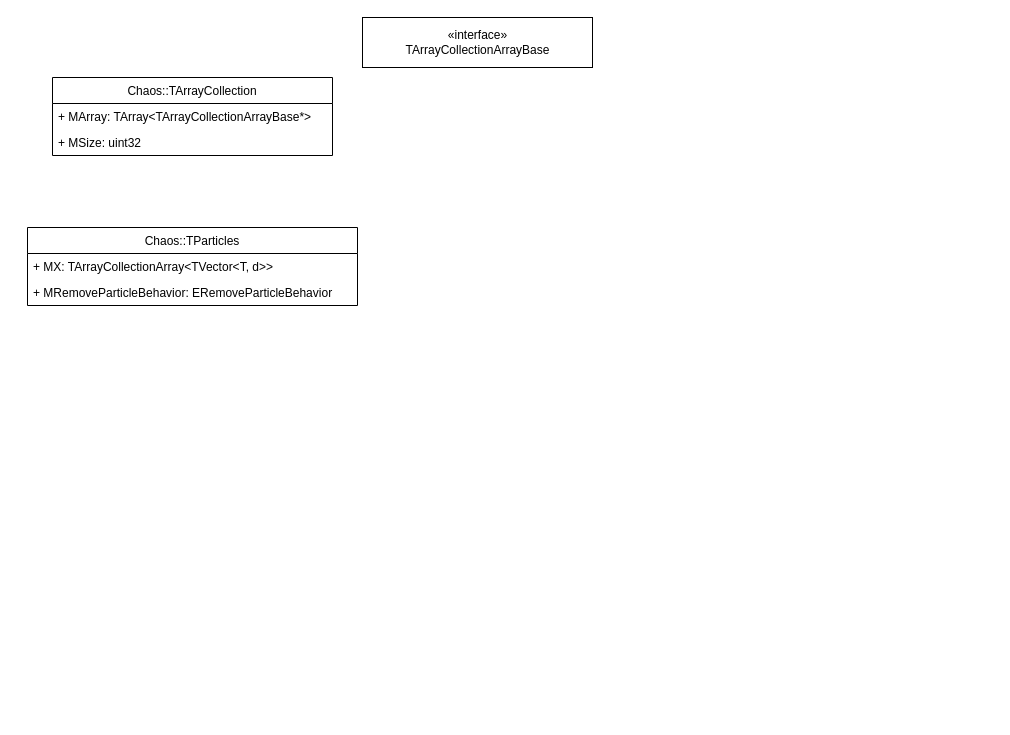
Above: ChaosDataStructure.drawio in wxhaooo/UE4-Beginner-Guide (draw.io), before the change. Source tidied: cells renumbered, new cells numbered last; positions are measured from the earlier drawing's top-left corner, leaving out a move shared by most shapes. Both pictures are drawn from the tidied source at 100%, with x=0, y=0 at pixel (27, 17).
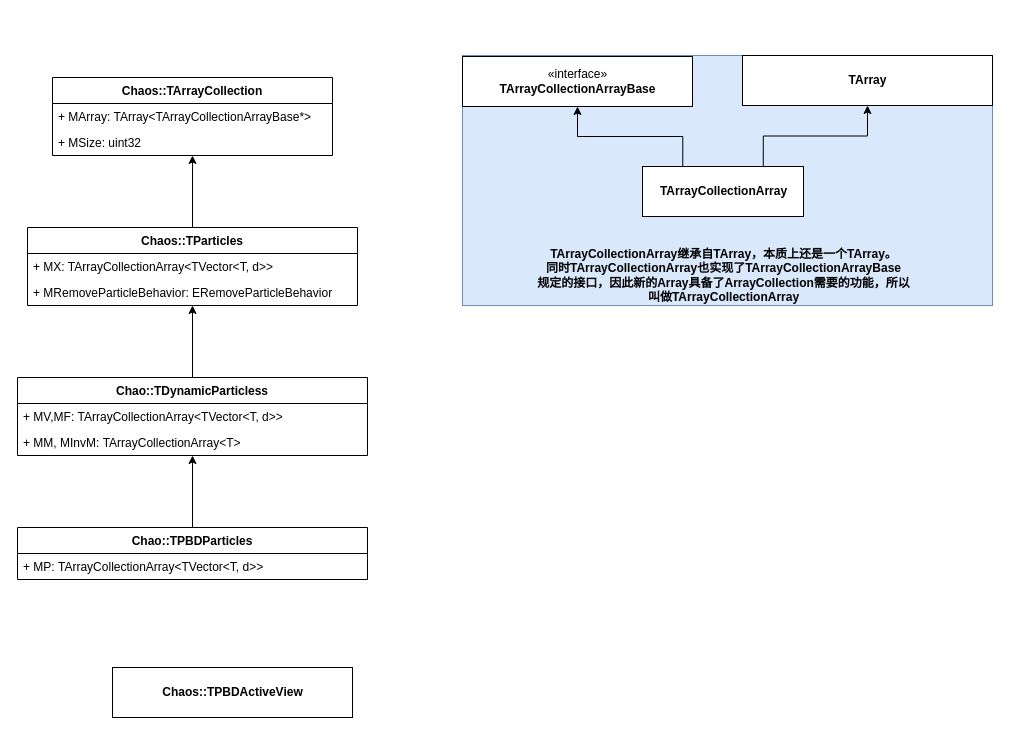
The same diagram, later.

Change to the diagram source:
```diff
@@
-    <mxCell id="2" value="«interface»&lt;br&gt;TArrayCollectionArrayBase" style="html=1;" parent="1" vertex="1">
-      <mxGeometry x="335" width="230" height="50" as="geometry" />
-    </mxCell>
-    <mxCell id="3" value="Chaos::TArrayCollection" style="swimlane;fontStyle=0;horizontal=1;startSize=26;fillColor=none;" parent="1" vertex="1">
+    <mxCell id="3" value="Chaos::TArrayCollection" style="swimlane;fontStyle=1;horizontal=1;startSize=26;fillColor=none;" parent="1" vertex="1">
       <mxGeometry x="25" y="60" width="280" height="78" as="geometry" />
     </mxCell>
@@
+    <mxCell id="9" style="edgeStyle=orthogonalEdgeStyle;rounded=0;jettySize=auto;html=1;exitX=0.5;exitY=0;exitDx=0;exitDy=0;" parent="1" edge="1" source="6" target="3">
+      <mxGeometry relative="1" as="geometry" />
+    </mxCell>
-    <mxCell id="6" value="Chaos::TParticles" style="swimlane;fontStyle=0;horizontal=1;startSize=26;fillColor=none;" parent="1" vertex="1">
+    <mxCell id="6" value="Chaos::TParticles" style="swimlane;fontStyle=1;horizontal=1;startSize=26;fillColor=none;" parent="1" vertex="1">
       <mxGeometry y="210" width="330" height="78" as="geometry" />
     </mxCell>
@@
+    <mxCell id="10" style="edgeStyle=orthogonalEdgeStyle;rounded=0;jettySize=auto;html=1;exitX=0.5;exitY=0;exitDx=0;exitDy=0;" parent="1" edge="1" source="11" target="6">
+      <mxGeometry relative="1" as="geometry" />
+    </mxCell>
+    <mxCell id="11" value="Chao::TDynamicParticless" style="swimlane;fontStyle=1;align=center;verticalAlign=top;horizontal=1;startSize=26;" parent="1" vertex="1">
+      <mxGeometry x="-10" y="360" width="350" height="78" as="geometry" />
+    </mxCell>
+    <mxCell id="12" value="+ MV,MF: TArrayCollectionArray&lt;TVector&lt;T, d&gt;&gt;" style="text;strokeColor=none;fillColor=none;align=left;verticalAlign=top;spacingLeft=4;spacingRight=4;overflow=hidden;" parent="11" vertex="1">
+      <mxGeometry y="26" width="350" height="26" as="geometry" />
+    </mxCell>
+    <mxCell id="13" value="+ MM, MInvM: TArrayCollectionArray&lt;T&gt;" style="text;strokeColor=none;fillColor=none;align=left;verticalAlign=top;spacingLeft=4;spacingRight=4;overflow=hidden;" parent="11" vertex="1">
+      <mxGeometry y="52" width="350" height="26" as="geometry" />
+    </mxCell>
+    <mxCell id="14" style="edgeStyle=orthogonalEdgeStyle;rounded=0;jettySize=auto;html=1;exitX=0.5;exitY=0;exitDx=0;exitDy=0;" parent="1" edge="1" source="15" target="11">
+      <mxGeometry relative="1" as="geometry" />
+    </mxCell>
+    <mxCell id="15" value="Chao::TPBDParticles" style="swimlane;fontStyle=1;align=center;verticalAlign=top;horizontal=1;startSize=26;" parent="1" vertex="1">
+      <mxGeometry x="-10" y="510" width="350" height="52" as="geometry" />
+    </mxCell>
+    <mxCell id="16" value="+ MP: TArrayCollectionArray&lt;TVector&lt;T, d&gt;&gt;" style="text;strokeColor=none;fillColor=none;align=left;verticalAlign=top;spacingLeft=4;spacingRight=4;overflow=hidden;" parent="15" vertex="1">
+      <mxGeometry y="26" width="350" height="26" as="geometry" />
+    </mxCell>
+    <mxCell id="17" value="&lt;b&gt;Chaos::TPBDActiveView&lt;/b&gt;" style="html=1;" parent="1" vertex="1">
+      <mxGeometry x="85" y="650" width="240" height="50" as="geometry" />
+    </mxCell>
+    <mxCell id="18" style="group;fillColor=#dae8fc;strokeColor=#6c8ebf;" parent="1" vertex="1">
+      <mxGeometry x="435" y="38" width="530" height="250" as="geometry" />
+    </mxCell>
+    <mxCell id="2" value="«interface»&lt;br&gt;&lt;b&gt;TArrayCollectionArrayBase&lt;/b&gt;" style="html=1;" parent="18" vertex="1">
+      <mxGeometry y="1" width="230" height="50" as="geometry" />
+    </mxCell>
+    <mxCell id="19" value="TArray" style="html=1;fontStyle=1;" parent="18" vertex="1">
+      <mxGeometry x="280" width="250" height="50" as="geometry" />
+    </mxCell>
+    <mxCell id="20" style="edgeStyle=orthogonalEdgeStyle;rounded=0;jettySize=auto;html=1;exitX=0.25;exitY=0;exitDx=0;exitDy=0;entryX=0.5;entryY=1;entryDx=0;entryDy=0;" parent="18" edge="1" source="22" target="2">
+      <mxGeometry relative="1" as="geometry" />
+    </mxCell>
+    <mxCell id="21" style="edgeStyle=orthogonalEdgeStyle;rounded=0;jettySize=auto;html=1;exitX=0.75;exitY=0;exitDx=0;exitDy=0;entryX=0.5;entryY=1;entryDx=0;entryDy=0;" parent="18" edge="1" source="22" target="19">
+      <mxGeometry relative="1" as="geometry" />
+    </mxCell>
+    <mxCell id="22" value="TArrayCollectionArray" style="html=1;fontStyle=1;" parent="18" vertex="1">
+      <mxGeometry x="180" y="111" width="161" height="50" as="geometry" />
+    </mxCell>
+    <mxCell id="23" value="&lt;b&gt;TArrayCollectionArray继承自TArray，本质上还是一个TArray。&lt;br&gt;同时TArrayCollectionArray也实现了TArrayCollectionArrayBase&lt;br&gt;规定的接口，因此新的Array具备了ArrayCollection需要的功能，所以&lt;br&gt;叫做TArrayCollectionArray&lt;br&gt;&lt;/b&gt;" style="text;html=1;align=center;verticalAlign=middle;strokeColor=none;fillColor=none;" parent="18" vertex="1">
+      <mxGeometry x="65.5" y="190" width="390" height="60" as="geometry" />
+    </mxCell>
```
